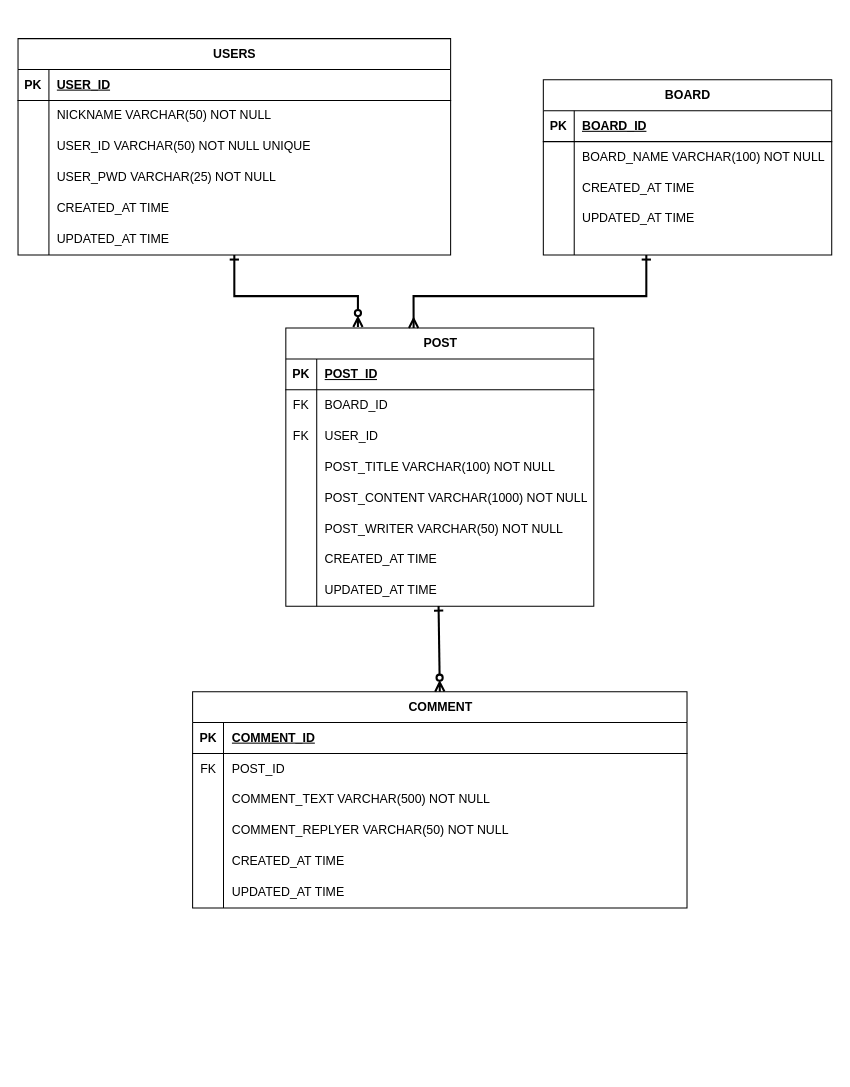
Before: dev-kor-erd.drawio in choiminwoo2/data-storage, a draw.io diagram. Source tidied: cells renumbered, new cells numbered last; positions are measured from the earlier drawing's top-left corner, leaving out a move shared by most shapes. Both pictures are drawn from the tidied source at 103%, with x=0, y=0 at pixel (18, 38).
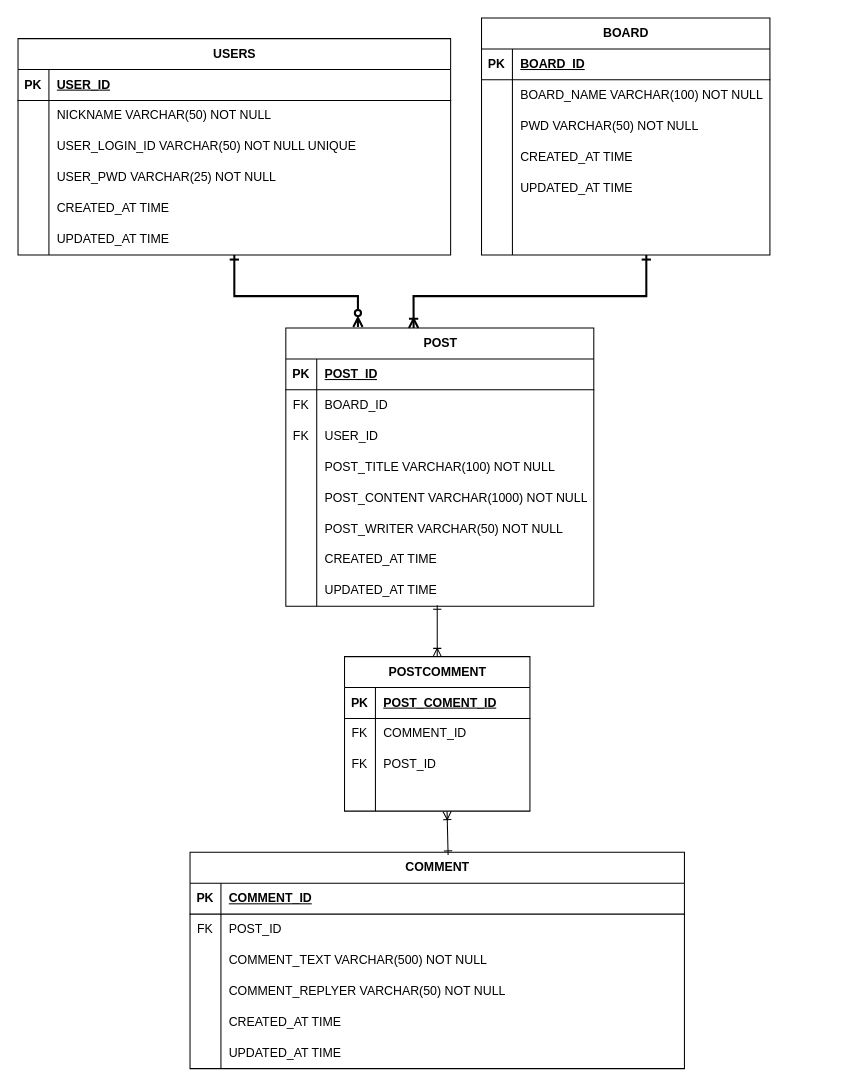
The same page after the edit.

Unchanged cells that the change refers to:
```xml
<mxCell id="2" value="POST" style="shape=table;startSize=30;childLayout=tableLayout;rowLines=0;fontStyle=1;align=center;html=1;" parent="1" vertex="1">
  <mxGeometry x="260" y="281" width="299" height="270" as="geometry" />
</mxCell>
<mxCell id="24" style="shape=tableRow;horizontal=0;startSize=0;swimlaneHead=0;swimlaneBody=0;fillColor=none;points=[[0,0.5],[1,0.5]];portConstraint=eastwest;top=0;left=0;right=0;bottom=0;" parent="2" vertex="1">
  <mxGeometry y="240" width="299" height="30" as="geometry" />
</mxCell>
<mxCell id="34" style="shape=tableRow;horizontal=0;startSize=0;swimlaneHead=0;swimlaneBody=0;fillColor=none;top=0;left=0;right=0;bottom=0;" parent="27" vertex="1">
  <mxGeometry y="90" width="280" height="30" as="geometry" />
</mxCell>
<mxCell id="71" style="shape=tableRow;horizontal=0;startSize=0;swimlaneHead=0;swimlaneBody=0;fillColor=none;top=0;left=0;right=0;bottom=0;" parent="64" vertex="1">
  <mxGeometry y="90" width="420" height="30" as="geometry" />
</mxCell>
```

Change to the diagram source:
```diff
@@
     <mxCell id="27" value="BOARD" style="shape=table;startSize=30;childLayout=tableLayout;rowLines=0;fontStyle=1;align=center;html=1;" parent="1" vertex="1">
-      <mxGeometry x="510" y="40" width="280" height="170" as="geometry" />
+      <mxGeometry x="450" y="-20" width="280" height="230" as="geometry" />
     </mxCell>
@@
-    <mxCell id="36" value="CREATED_AT TIME" style="shape=partialRectangle;fillColor=none;top=0;left=0;bottom=0;right=0;align=left;spacingLeft=6;overflow=hidden;whiteSpace=wrap;html=1;" parent="34" vertex="1">
+    <mxCell id="36" value="PWD VARCHAR(50) NOT NULL" style="shape=partialRectangle;fillColor=none;top=0;left=0;bottom=0;right=0;align=left;spacingLeft=6;overflow=hidden;whiteSpace=wrap;html=1;" parent="34" vertex="1">
       <mxGeometry x="30" width="250" height="30" as="geometry" />
     </mxCell>
+    <mxCell id="84" style="shape=tableRow;horizontal=0;startSize=0;swimlaneHead=0;swimlaneBody=0;fillColor=none;top=0;left=0;right=0;bottom=0;" parent="27" vertex="1">
+      <mxGeometry y="120" width="280" height="30" as="geometry" />
+    </mxCell>
+    <mxCell id="85" style="shape=partialRectangle;fillColor=none;top=0;left=0;bottom=0;right=0;overflow=hidden;whiteSpace=wrap;html=1;" parent="84" vertex="1">
+      <mxGeometry width="30" height="30" as="geometry" />
+    </mxCell>
+    <mxCell id="86" value="CREATED_AT TIME" style="shape=partialRectangle;fillColor=none;top=0;left=0;bottom=0;right=0;align=left;spacingLeft=6;overflow=hidden;whiteSpace=wrap;html=1;" parent="84" vertex="1">
+      <mxGeometry x="30" width="250" height="30" as="geometry" />
+    </mxCell>
     <mxCell id="37" style="shape=tableRow;horizontal=0;startSize=0;swimlaneHead=0;swimlaneBody=0;fillColor=none;top=0;left=0;right=0;bottom=0;" parent="27" vertex="1">
-      <mxGeometry y="120" width="280" height="30" as="geometry" />
+      <mxGeometry y="150" width="280" height="30" as="geometry" />
     </mxCell>
@@
+    <mxCell id="87" style="shape=tableRow;horizontal=0;startSize=0;swimlaneHead=0;swimlaneBody=0;fillColor=none;top=0;left=0;right=0;bottom=0;" parent="27" vertex="1">
+      <mxGeometry y="180" width="280" height="30" as="geometry" />
+    </mxCell>
+    <mxCell id="88" style="shape=partialRectangle;fillColor=none;top=0;left=0;bottom=0;right=0;overflow=hidden;whiteSpace=wrap;html=1;" parent="87" vertex="1">
+      <mxGeometry width="30" height="30" as="geometry" />
+    </mxCell>
+    <mxCell id="89" style="shape=partialRectangle;fillColor=none;top=0;left=0;bottom=0;right=0;align=left;spacingLeft=6;overflow=hidden;whiteSpace=wrap;html=1;" parent="87" vertex="1">
+      <mxGeometry x="30" width="250" height="30" as="geometry" />
+    </mxCell>
     <mxCell id="40" style="shape=tableRow;horizontal=0;startSize=0;swimlaneHead=0;swimlaneBody=0;fillColor=none;top=0;left=0;right=0;bottom=0;" parent="27" vertex="1">
-      <mxGeometry y="150" width="280" height="20" as="geometry" />
+      <mxGeometry y="210" width="280" height="20" as="geometry" />
     </mxCell>
@@
-    <mxCell id="43" style="endArrow=ERmany;html=1;rounded=0;entryX=0.415;entryY=0;entryDx=0;entryDy=0;entryPerimeter=0;startArrow=ERone;startFill=0;endFill=0;strokeWidth=2;" parent="1" edge="1" target="2">
+    <mxCell id="43" style="endArrow=ERoneToMany;html=1;rounded=0;entryX=0.415;entryY=0;entryDx=0;entryDy=0;entryPerimeter=0;startArrow=ERone;startFill=0;endFill=0;strokeWidth=2;" parent="1" edge="1" target="2">
       <mxGeometry relative="1" as="geometry">
         <mxPoint x="610" y="210" as="sourcePoint" />
         <Array as="points">
           <mxPoint x="610" y="250" />
           <mxPoint x="384" y="250" />
         </Array>
       </mxGeometry>
     </mxCell>
     <mxCell id="44" value="COMMENT" style="shape=table;startSize=30;childLayout=tableLayout;rowLines=0;fontStyle=1;align=center;html=1;" parent="1" vertex="1">
-      <mxGeometry x="169.5" y="634" width="480" height="210" as="geometry" />
+      <mxGeometry x="167" y="790" width="480" height="210" as="geometry" />
     </mxCell>
@@
-    <mxCell id="63" style="endArrow=ERzeroToMany;html=1;rounded=0;entryX=0.5;entryY=0;entryDx=0;entryDy=0;startArrow=ERone;startFill=0;endFill=0;exitX=0.496;exitY=0.995;exitDx=0;exitDy=0;exitPerimeter=0;strokeWidth=2;" parent="1" edge="1" source="24" target="44">
-      <mxGeometry relative="1" as="geometry" />
-    </mxCell>
@@
-    <mxCell id="73" value="USER_ID VARCHAR(50) NOT NULL UNIQUE" style="shape=partialRectangle;fillColor=none;top=0;left=0;bottom=0;right=0;align=left;spacingLeft=6;overflow=hidden;whiteSpace=wrap;html=1;" parent="71" vertex="1">
+    <mxCell id="73" value="USER_LOGIN_ID VARCHAR(50) NOT NULL UNIQUE" style="shape=partialRectangle;fillColor=none;top=0;left=0;bottom=0;right=0;align=left;spacingLeft=6;overflow=hidden;whiteSpace=wrap;html=1;" parent="71" vertex="1">
       <mxGeometry x="30" width="390" height="30" as="geometry" />
     </mxCell>
@@
+    <mxCell id="90" value="POSTCOMMENT" style="shape=table;startSize=30;childLayout=tableLayout;rowLines=0;fontStyle=1;align=center;html=1;" parent="1" vertex="1">
+      <mxGeometry x="317" y="600" width="180" height="150" as="geometry" />
+    </mxCell>
+    <mxCell id="91" style="shape=tableRow;horizontal=0;startSize=0;swimlaneHead=0;swimlaneBody=0;fillColor=none;top=0;left=0;right=0;bottom=1;" parent="90" vertex="1">
+      <mxGeometry y="30" width="180" height="30" as="geometry" />
+    </mxCell>
+    <mxCell id="92" value="PK" style="shape=partialRectangle;fillColor=none;top=0;left=0;bottom=0;right=0;fontStyle=1;overflow=hidden;whiteSpace=wrap;html=1;" parent="91" vertex="1">
+      <mxGeometry width="30" height="30" as="geometry" />
+    </mxCell>
+    <mxCell id="93" value="POST_COMENT_ID" style="shape=partialRectangle;fillColor=none;top=0;left=0;bottom=0;right=0;align=left;spacingLeft=6;fontStyle=5;overflow=hidden;whiteSpace=wrap;html=1;" parent="91" vertex="1">
+      <mxGeometry x="30" width="150" height="30" as="geometry" />
+    </mxCell>
+    <mxCell id="94" style="shape=tableRow;horizontal=0;startSize=0;swimlaneHead=0;swimlaneBody=0;fillColor=none;top=0;left=0;right=0;bottom=0;" parent="90" vertex="1">
+      <mxGeometry y="60" width="180" height="30" as="geometry" />
+    </mxCell>
+    <mxCell id="95" value="FK" style="shape=partialRectangle;fillColor=none;top=0;left=0;bottom=0;right=0;overflow=hidden;whiteSpace=wrap;html=1;" parent="94" vertex="1">
+      <mxGeometry width="30" height="30" as="geometry" />
+    </mxCell>
+    <mxCell id="96" value="COMMENT_ID" style="shape=partialRectangle;fillColor=none;top=0;left=0;bottom=0;right=0;align=left;spacingLeft=6;overflow=hidden;whiteSpace=wrap;html=1;" parent="94" vertex="1">
+      <mxGeometry x="30" width="150" height="30" as="geometry" />
+    </mxCell>
+    <mxCell id="97" style="shape=tableRow;horizontal=0;startSize=0;swimlaneHead=0;swimlaneBody=0;fillColor=none;top=0;left=0;right=0;bottom=0;" parent="90" vertex="1">
+      <mxGeometry y="90" width="180" height="30" as="geometry" />
+    </mxCell>
+    <mxCell id="98" value="FK" style="shape=partialRectangle;fillColor=none;top=0;left=0;bottom=0;right=0;overflow=hidden;whiteSpace=wrap;html=1;" parent="97" vertex="1">
+      <mxGeometry width="30" height="30" as="geometry" />
+    </mxCell>
+    <mxCell id="99" value="POST_ID" style="shape=partialRectangle;fillColor=none;top=0;left=0;bottom=0;right=0;align=left;spacingLeft=6;overflow=hidden;whiteSpace=wrap;html=1;" parent="97" vertex="1">
+      <mxGeometry x="30" width="150" height="30" as="geometry" />
+    </mxCell>
+    <mxCell id="100" style="shape=tableRow;horizontal=0;startSize=0;swimlaneHead=0;swimlaneBody=0;fillColor=none;points=[[0,0.5],[1,0.5]];portConstraint=eastwest;top=0;left=0;right=0;bottom=0;" parent="90" vertex="1">
+      <mxGeometry y="120" width="180" height="30" as="geometry" />
+    </mxCell>
+    <mxCell id="101" style="shape=partialRectangle;fillColor=none;top=0;left=0;bottom=0;right=0;overflow=hidden;whiteSpace=wrap;html=1;" parent="100" vertex="1">
+      <mxGeometry width="30" height="30" as="geometry" />
+    </mxCell>
+    <mxCell id="102" style="shape=partialRectangle;fillColor=none;top=0;left=0;bottom=0;right=0;align=left;spacingLeft=6;overflow=hidden;whiteSpace=wrap;html=1;" parent="100" vertex="1">
+      <mxGeometry x="30" width="150" height="30" as="geometry" />
+    </mxCell>
+    <mxCell id="103" style="endArrow=ERone;html=1;rounded=0;exitX=0.5;exitY=0;exitDx=0;exitDy=0;endFill=0;startArrow=ERoneToMany;startFill=0;" parent="1" edge="1" source="90">
+      <mxGeometry relative="1" as="geometry">
+        <mxPoint x="407" y="550" as="targetPoint" />
+      </mxGeometry>
+    </mxCell>
+    <mxCell id="104" style="endArrow=ERoneToMany;html=1;rounded=0;entryX=0.553;entryY=1.008;entryDx=0;entryDy=0;entryPerimeter=0;exitX=0.522;exitY=0.012;exitDx=0;exitDy=0;exitPerimeter=0;startArrow=ERone;startFill=0;endFill=0;" parent="1" edge="1" source="44" target="100">
+      <mxGeometry relative="1" as="geometry" />
+    </mxCell>
```
